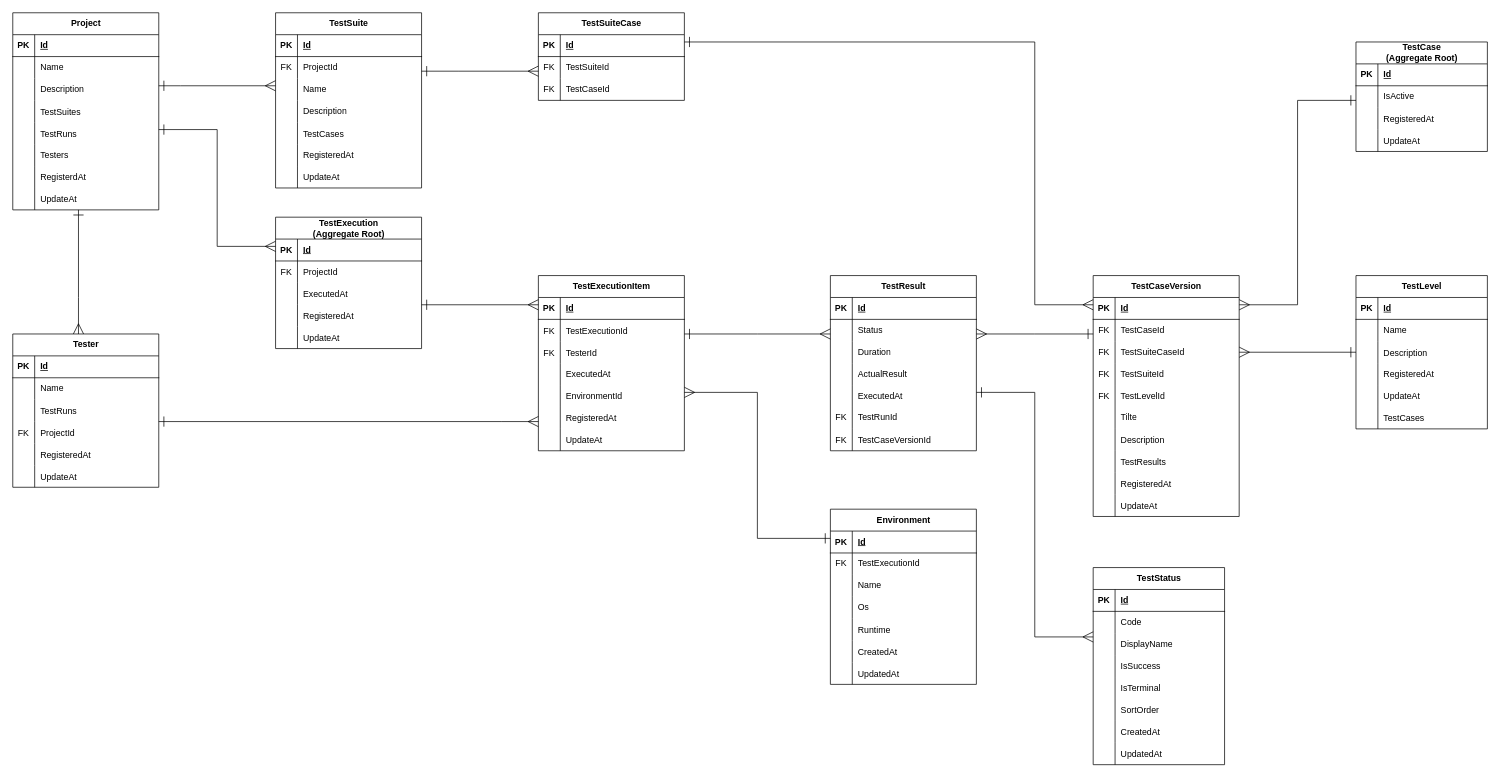
Before: page "テスト結果管理" (1 of 4) of doc/design/ER_diagram.drawio in CountrySideEngineer/TestManagement, a draw.io diagram. Source tidied: cells renumbered, new cells numbered last; positions are measured from the earlier drawing's top-left corner, leaving out a move shared by most shapes. Both pictures are drawn from the tidied source at 73%, with x=0, y=0 at pixel (12, 12).
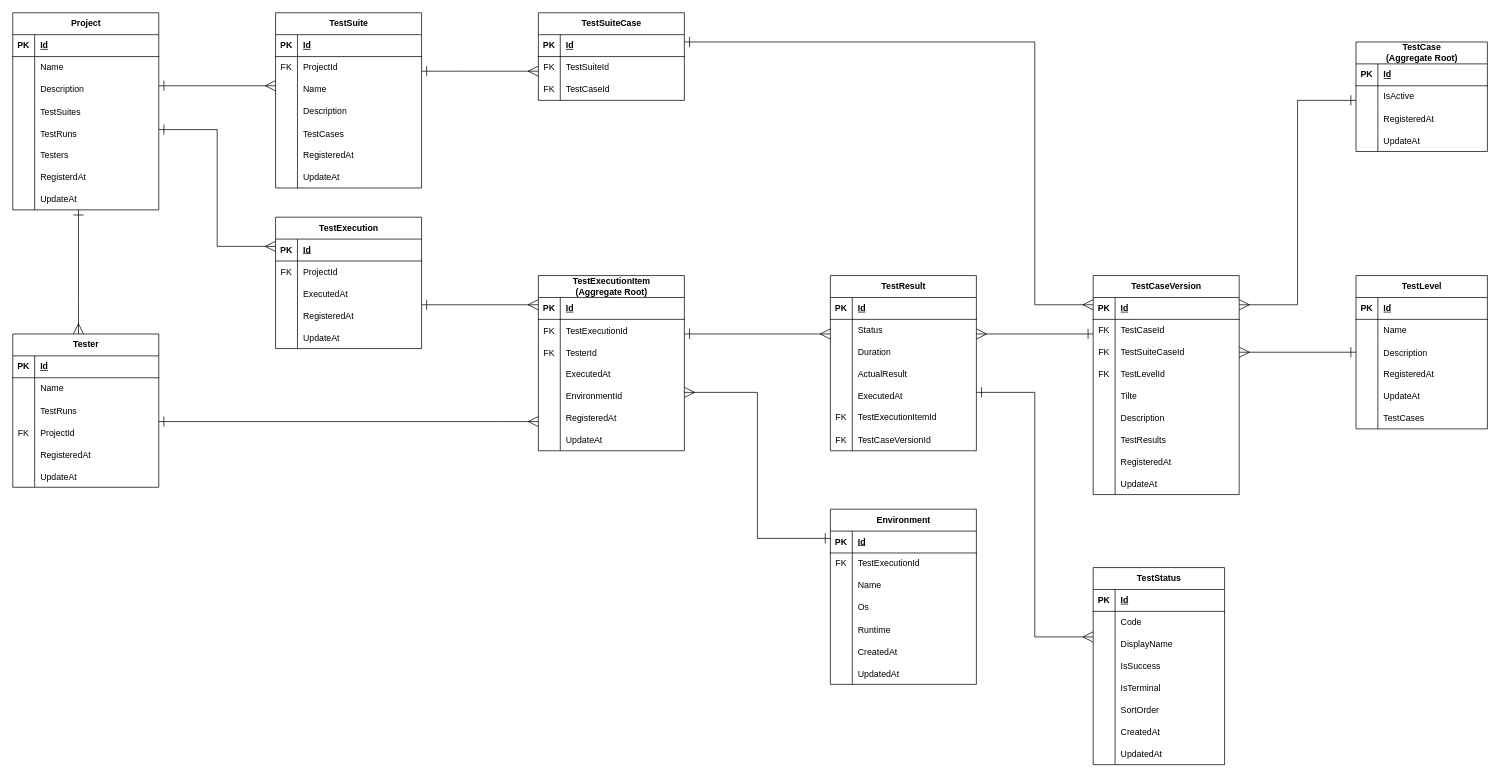
The same diagram, later.

Commit message (it also covers changes not shown here):
Update "TestCaseService" class. Change "GetAllAsync" method name to "GetAllAsync". And add new "GetAllAsync" method which returns "ALL" test case.

Unchanged cells that the change refers to:
```xml
<mxCell id="142" style="shape=tableRow;horizontal=0;startSize=0;swimlaneHead=0;swimlaneBody=0;fillColor=none;top=0;left=0;right=0;bottom=0;" parent="126" vertex="1">
  <mxGeometry y="180" width="200" height="30" as="geometry" />
</mxCell>
```

Diff of the diagram source:
```diff
@@
-    <mxCell id="18" value="TestExecution&lt;div&gt;(Aggregate Root)&lt;/div&gt;" style="shape=table;startSize=30;childLayout=tableLayout;rowLines=0;fontStyle=1;align=center;html=1;" parent="1" vertex="1">
+    <mxCell id="18" value="TestExecution" style="shape=table;startSize=30;childLayout=tableLayout;rowLines=0;fontStyle=1;align=center;html=1;" parent="1" vertex="1">
       <mxGeometry x="360" y="280" width="200" height="180" as="geometry" />
     </mxCell>
@@
-    <mxCell id="144" value="TestRunId" style="shape=partialRectangle;fillColor=none;top=0;left=0;bottom=0;right=0;align=left;spacingLeft=6;overflow=hidden;whiteSpace=wrap;html=1;" parent="142" vertex="1">
+    <mxCell id="144" value="TestExecutionItemId" style="shape=partialRectangle;fillColor=none;top=0;left=0;bottom=0;right=0;align=left;spacingLeft=6;overflow=hidden;whiteSpace=wrap;html=1;" parent="142" vertex="1">
       <mxGeometry x="30" width="170" height="30" as="geometry" />
     </mxCell>
@@
     <mxCell id="160" value="TestCaseVersion" style="shape=table;startSize=30;childLayout=tableLayout;rowLines=0;fontStyle=1;align=center;html=1;" parent="1" vertex="1">
-      <mxGeometry x="1480" y="360" width="200" height="330" as="geometry" />
+      <mxGeometry x="1480" y="360" width="200" height="300" as="geometry" />
     </mxCell>
@@
-    <mxCell id="170" style="shape=tableRow;horizontal=0;startSize=0;swimlaneHead=0;swimlaneBody=0;fillColor=none;top=0;left=0;right=0;bottom=0;" parent="160" vertex="1">
-      <mxGeometry y="120" width="200" height="30" as="geometry" />
-    </mxCell>
-    <mxCell id="171" value="FK" style="shape=partialRectangle;fillColor=none;top=0;left=0;bottom=0;right=0;overflow=hidden;" parent="170" vertex="1">
-      <mxGeometry width="30" height="30" as="geometry" />
-    </mxCell>
-    <mxCell id="172" value="TestSuiteId" style="shape=partialRectangle;fillColor=none;top=0;left=0;bottom=0;right=0;align=left;spacingLeft=6;overflow=hidden;" parent="170" vertex="1">
-      <mxGeometry x="30" width="170" height="30" as="geometry" />
-    </mxCell>
     <mxCell id="173" style="shape=tableRow;horizontal=0;startSize=0;swimlaneHead=0;swimlaneBody=0;fillColor=none;top=0;left=0;right=0;bottom=0;" parent="160" vertex="1">
-      <mxGeometry y="150" width="200" height="30" as="geometry" />
+      <mxGeometry y="120" width="200" height="30" as="geometry" />
     </mxCell>
@@
     <mxCell id="176" style="shape=tableRow;horizontal=0;startSize=0;swimlaneHead=0;swimlaneBody=0;fillColor=none;top=0;left=0;right=0;bottom=0;" parent="160" vertex="1">
-      <mxGeometry y="180" width="200" height="30" as="geometry" />
+      <mxGeometry y="150" width="200" height="30" as="geometry" />
     </mxCell>
@@
     <mxCell id="179" style="shape=tableRow;horizontal=0;startSize=0;swimlaneHead=0;swimlaneBody=0;fillColor=none;top=0;left=0;right=0;bottom=0;" parent="160" vertex="1">
-      <mxGeometry y="210" width="200" height="30" as="geometry" />
+      <mxGeometry y="180" width="200" height="30" as="geometry" />
     </mxCell>
@@
     <mxCell id="182" style="shape=tableRow;horizontal=0;startSize=0;swimlaneHead=0;swimlaneBody=0;fillColor=none;top=0;left=0;right=0;bottom=0;" parent="160" vertex="1">
-      <mxGeometry y="240" width="200" height="30" as="geometry" />
+      <mxGeometry y="210" width="200" height="30" as="geometry" />
     </mxCell>
@@
     <mxCell id="185" style="shape=tableRow;horizontal=0;startSize=0;swimlaneHead=0;swimlaneBody=0;fillColor=none;top=0;left=0;right=0;bottom=0;" parent="160" vertex="1">
-      <mxGeometry y="270" width="200" height="30" as="geometry" />
+      <mxGeometry y="240" width="200" height="30" as="geometry" />
     </mxCell>
@@
     <mxCell id="188" style="shape=tableRow;horizontal=0;startSize=0;swimlaneHead=0;swimlaneBody=0;fillColor=none;top=0;left=0;right=0;bottom=0;" parent="160" vertex="1">
-      <mxGeometry y="300" width="200" height="30" as="geometry" />
+      <mxGeometry y="270" width="200" height="30" as="geometry" />
     </mxCell>
@@
-    <mxCell id="239" value="TestExecutionItem" style="shape=table;startSize=30;childLayout=tableLayout;rowLines=0;fontStyle=1;align=center;html=1;" parent="1" vertex="1">
+    <mxCell id="239" value="TestExecutionItem&lt;div&gt;(Aggregate Root)&lt;/div&gt;" style="shape=table;startSize=30;childLayout=tableLayout;rowLines=0;fontStyle=1;align=center;html=1;" parent="1" vertex="1">
       <mxGeometry x="720" y="360" width="200" height="240" as="geometry" />
     </mxCell>
```
